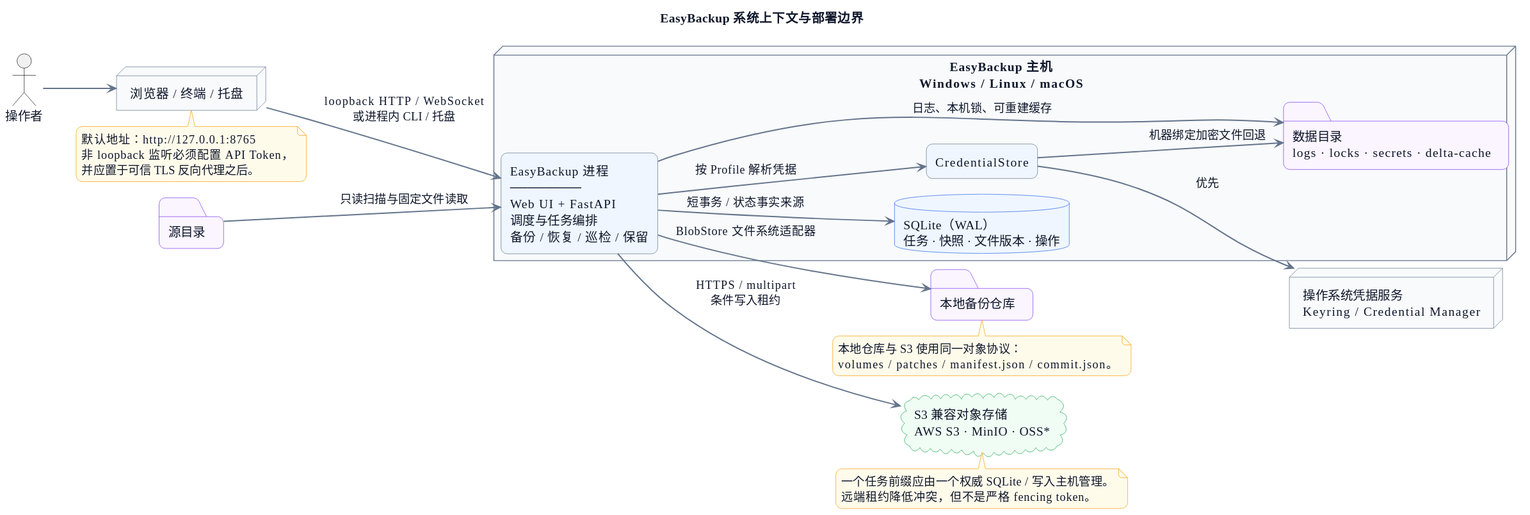
The PlantUML diagram docs/architecture.svg in bl3x3/easyBackup, before a commit.
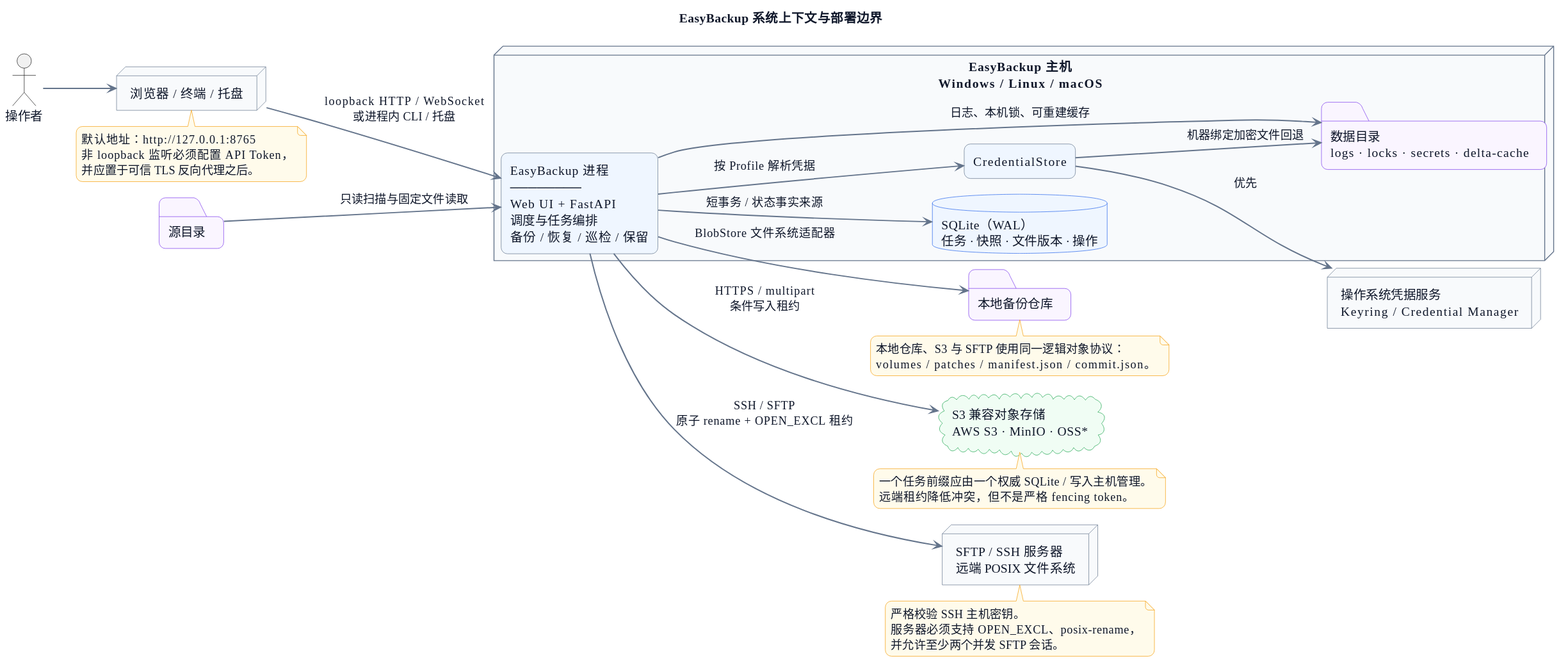
After the change.

What changed in the source:
```diff
@@ -39,6 +39,7 @@
 node "操作系统凭据服务\nKeyring / Credential Manager" as Keyring
 folder "本地备份仓库" as LocalStore
 cloud "S3 兼容对象存储\nAWS S3 · MinIO · OSS*" as S3Store
+node "SFTP / SSH 服务器\n远端 POSIX 文件系统" as SFTPStore
 
 Operator --> Client
 Client --> App : loopback HTTP / WebSocket\n或进程内 CLI / 托盘
@@ -50,6 +51,7 @@
 Credentials --> DataDir : 机器绑定加密文件回退
 App --> LocalStore : BlobStore 文件系统适配器
 App --> S3Store : HTTPS / multipart\n条件写入租约
+App --> SFTPStore : SSH / SFTP\n原子 rename + OPEN_EXCL 租约
 
 note bottom of Client
   默认地址：http://127.0.0.1:8765
@@ -58,7 +60,7 @@
 end note
 
 note bottom of LocalStore
-  本地仓库与 S3 使用同一对象协议：
+  本地仓库、S3 与 SFTP 使用同一逻辑对象协议：
   volumes / patches / manifest.json / commit.json。
 end note
 
@@ -66,4 +68,10 @@
   一个任务前缀应由一个权威 SQLite / 写入主机管理。
   远端租约降低冲突，但不是严格 fencing token。
 end note
+
+note bottom of SFTPStore
+  严格校验 SSH 主机密钥。
+  服务器必须支持 OPEN_EXCL、posix-rename，
+  并允许至少两个并发 SFTP 会话。
+end note
 @enduml
```
